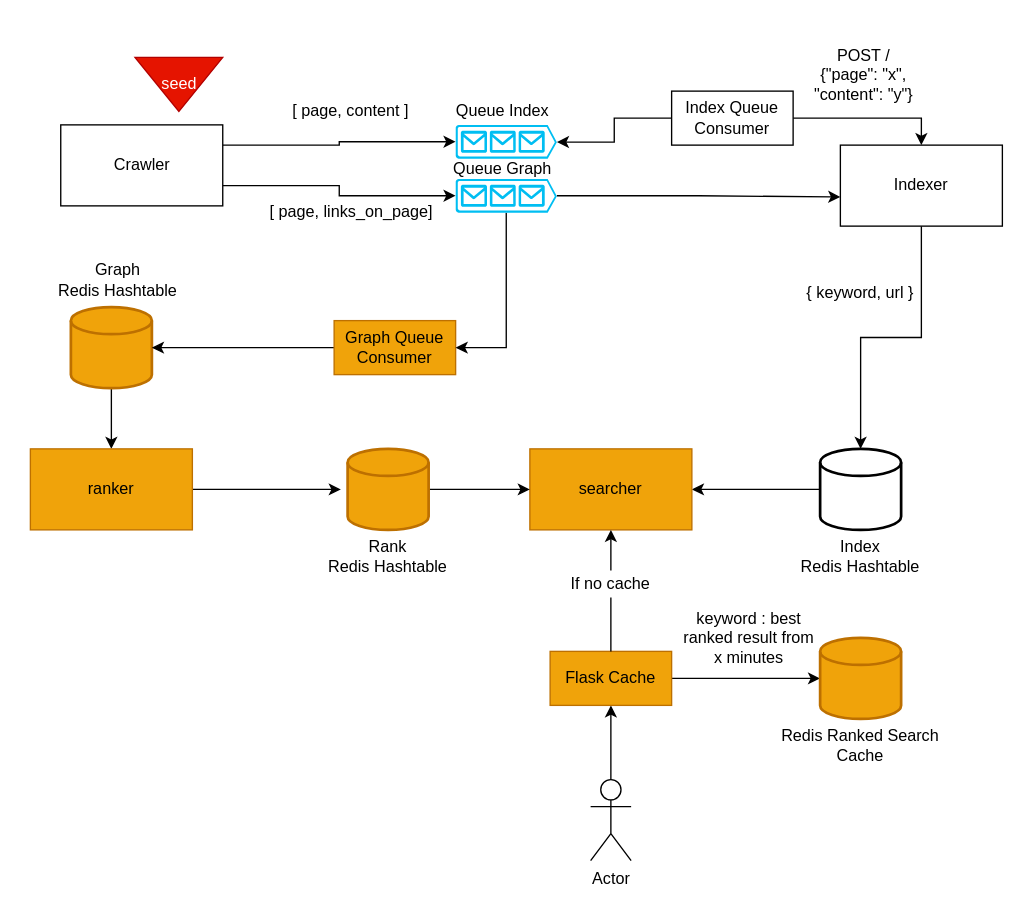
Earlier version of the draw.io diagram search-engine.drawio (lariskovski/search-engine). Source tidied: cells renumbered, new cells numbered last; positions are measured from the earlier drawing's top-left corner, leaving out a move shared by most shapes. Both pictures are drawn from the tidied source at 135%, with x=0, y=0 at pixel (30, 23).
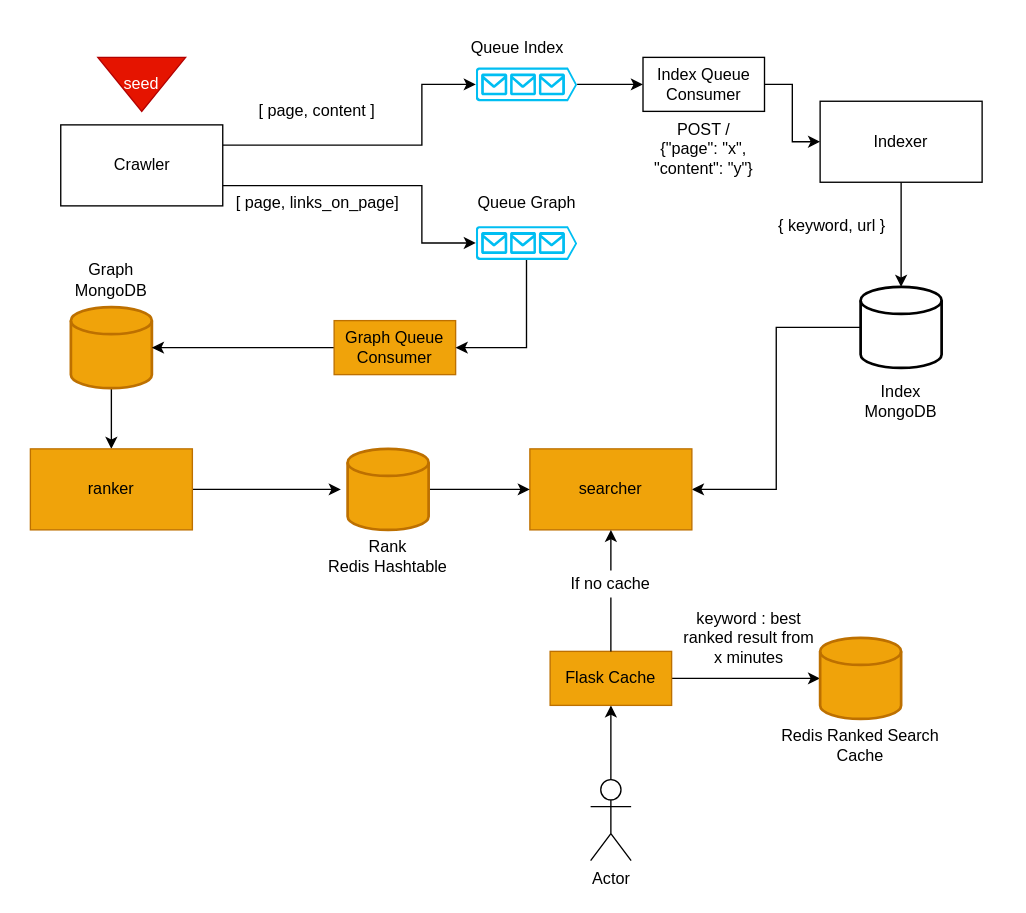
The same page after the edit.

The change refers to these unchanged cells:
```xml
<mxCell id="4" value="Crawler" style="rounded=0;whiteSpace=wrap;html=1;" parent="1" vertex="1">
  <mxGeometry x="22.5" y="75" width="120" height="60" as="geometry" />
</mxCell>
```

What changed in the source:
```diff
@@
     <mxCell id="2" style="edgeStyle=orthogonalEdgeStyle;rounded=0;jettySize=auto;html=1;exitX=1;exitY=0.25;exitDx=0;exitDy=0;entryX=0;entryY=0.5;entryDx=0;entryDy=0;entryPerimeter=0;" parent="1" edge="1" source="4" target="5">
-      <mxGeometry relative="1" as="geometry" />
+      <mxGeometry relative="1" as="geometry">
+        <Array as="points">
+          <mxPoint x="290" y="90" />
+          <mxPoint x="290" y="45" />
+        </Array>
+      </mxGeometry>
     </mxCell>
     <mxCell id="3" style="edgeStyle=orthogonalEdgeStyle;rounded=0;jettySize=auto;html=1;exitX=1;exitY=0.75;exitDx=0;exitDy=0;entryX=0;entryY=0.5;entryDx=0;entryDy=0;entryPerimeter=0;" parent="1" edge="1" source="4" target="44">
-      <mxGeometry relative="1" as="geometry" />
+      <mxGeometry relative="1" as="geometry">
+        <Array as="points">
+          <mxPoint x="290" y="120" />
+          <mxPoint x="290" y="163" />
+        </Array>
+      </mxGeometry>
     </mxCell>
@@
+    <mxCell id="43" style="edgeStyle=orthogonalEdgeStyle;rounded=0;jettySize=auto;html=1;entryX=0;entryY=0.5;entryDx=0;entryDy=0;" parent="1" edge="1" source="5" target="31">
+      <mxGeometry relative="1" as="geometry" />
+    </mxCell>
     <mxCell id="5" style="verticalLabelPosition=bottom;html=1;verticalAlign=top;align=center;strokeColor=none;fillColor=#00BEF2;shape=mxgraph.azure.queue_generic;" parent="1" vertex="1">
-      <mxGeometry x="315" y="75" width="75" height="25" as="geometry" />
+      <mxGeometry x="330" y="32.5" width="75" height="25" as="geometry" />
     </mxCell>
@@
     <mxCell id="8" value="Queue Index" style="text;html=1;strokeColor=none;fillColor=none;align=center;verticalAlign=middle;whiteSpace=wrap;rounded=0;" parent="1" vertex="1">
-      <mxGeometry x="285" y="50" width="130" height="30" as="geometry" />
+      <mxGeometry x="296.2" y="2.5" width="130" height="30" as="geometry" />
     </mxCell>
     <mxCell id="9" value="[ page, content ]" style="text;html=1;strokeColor=none;fillColor=none;align=center;verticalAlign=middle;whiteSpace=wrap;rounded=0;" parent="1" vertex="1">
-      <mxGeometry x="180" y="55" width="115" height="20" as="geometry" />
+      <mxGeometry x="155" y="55" width="115" height="20" as="geometry" />
     </mxCell>
-    <mxCell id="10" value="Graph &lt;br&gt;Redis Hashtable" style="text;html=1;strokeColor=none;fillColor=none;align=center;verticalAlign=middle;whiteSpace=wrap;rounded=0;" parent="1" vertex="1">
-      <mxGeometry y="170" width="130" height="40" as="geometry" />
+    <mxCell id="10" value="Graph&lt;br&gt;MongoDB" style="text;html=1;strokeColor=none;fillColor=none;align=center;verticalAlign=middle;whiteSpace=wrap;rounded=0;" parent="1" vertex="1">
+      <mxGeometry x="-5" y="170" width="130" height="40" as="geometry" />
     </mxCell>
@@
     <mxCell id="12" value="Indexer" style="rounded=0;whiteSpace=wrap;html=1;" parent="1" vertex="1">
-      <mxGeometry x="600" y="90" width="120" height="60" as="geometry" />
+      <mxGeometry x="585" y="57.5" width="120" height="60" as="geometry" />
     </mxCell>
     <mxCell id="13" value="[ page, links_on_page]" style="text;html=1;strokeColor=none;fillColor=none;align=center;verticalAlign=middle;whiteSpace=wrap;rounded=0;" parent="1" vertex="1">
-      <mxGeometry x="167.5" y="130" width="140" height="20" as="geometry" />
+      <mxGeometry x="142.5" y="122.5" width="140" height="20" as="geometry" />
     </mxCell>
@@
     <mxCell id="15" style="strokeWidth=2;html=1;shape=mxgraph.flowchart.database;whiteSpace=wrap;" parent="1" vertex="1">
-      <mxGeometry x="585" y="315" width="60" height="60" as="geometry" />
+      <mxGeometry x="615" y="195" width="60" height="60" as="geometry" />
     </mxCell>
-    <mxCell id="16" value="Index&lt;br&gt;Redis Hashtable" style="text;html=1;strokeColor=none;fillColor=none;align=center;verticalAlign=middle;whiteSpace=wrap;rounded=0;" parent="1" vertex="1">
-      <mxGeometry x="550" y="375" width="130" height="40" as="geometry" />
+    <mxCell id="16" value="Index&lt;br&gt;MongoDB" style="text;html=1;strokeColor=none;fillColor=none;align=center;verticalAlign=middle;whiteSpace=wrap;rounded=0;" parent="1" vertex="1">
+      <mxGeometry x="580" y="260" width="130" height="40" as="geometry" />
     </mxCell>
     <mxCell id="17" value="{ keyword, url }" style="text;html=1;strokeColor=none;fillColor=none;align=center;verticalAlign=middle;whiteSpace=wrap;rounded=0;" parent="1" vertex="1">
-      <mxGeometry x="550" y="190" width="130" height="20" as="geometry" />
+      <mxGeometry x="543.8" y="140" width="100" height="20" as="geometry" />
     </mxCell>
@@
     <mxCell id="21" value="Queue Graph" style="text;html=1;strokeColor=none;fillColor=none;align=center;verticalAlign=middle;whiteSpace=wrap;rounded=0;" parent="1" vertex="1">
-      <mxGeometry x="285" y="90" width="130" height="35" as="geometry" />
+      <mxGeometry x="302.5" y="115" width="130" height="35" as="geometry" />
     </mxCell>
@@
     <mxCell id="23" value="seed" style="triangle;whiteSpace=wrap;html=1;direction=south;fillColor=#e51400;strokeColor=#B20000;fontColor=#ffffff;" parent="1" vertex="1">
-      <mxGeometry x="77.5" y="25" width="65" height="40" as="geometry" />
+      <mxGeometry x="50" y="25" width="65" height="40" as="geometry" />
     </mxCell>
@@
-    <mxCell id="29" style="edgeStyle=orthogonalEdgeStyle;rounded=0;jettySize=auto;html=1;entryX=1;entryY=0.51;entryDx=0;entryDy=0;entryPerimeter=0;" parent="1" edge="1" source="31" target="5">
-      <mxGeometry relative="1" as="geometry" />
-    </mxCell>
-    <mxCell id="30" style="edgeStyle=orthogonalEdgeStyle;rounded=0;jettySize=auto;html=1;entryX=0.5;entryY=0;entryDx=0;entryDy=0;" parent="1" edge="1" source="31" target="12">
+    <mxCell id="30" style="edgeStyle=orthogonalEdgeStyle;rounded=0;jettySize=auto;html=1;entryX=0;entryY=0.5;entryDx=0;entryDy=0;" parent="1" edge="1" source="31" target="12">
       <mxGeometry relative="1" as="geometry" />
     </mxCell>
     <mxCell id="31" value="Index Queue Consumer" style="rounded=0;whiteSpace=wrap;html=1;" parent="1" vertex="1">
-      <mxGeometry x="475" y="50" width="90" height="40" as="geometry" />
+      <mxGeometry x="453.8" y="25" width="90" height="40" as="geometry" />
     </mxCell>
     <mxCell id="32" value="POST /&lt;br&gt;{&quot;page&quot;: &quot;x&quot;,&lt;br&gt;&quot;content&quot;: &quot;y&quot;}" style="text;html=1;strokeColor=none;fillColor=none;align=center;verticalAlign=middle;whiteSpace=wrap;rounded=0;" parent="1" vertex="1">
-      <mxGeometry x="565" width="105" height="75" as="geometry" />
+      <mxGeometry x="440" y="55" width="117.5" height="75" as="geometry" />
     </mxCell>
@@
-    <mxCell id="43" style="edgeStyle=orthogonalEdgeStyle;rounded=0;jettySize=auto;html=1;entryX=0;entryY=0.64;entryDx=0;entryDy=0;entryPerimeter=0;" parent="1" edge="1" source="44" target="12">
-      <mxGeometry relative="1" as="geometry" />
-    </mxCell>
     <mxCell id="44" style="verticalLabelPosition=bottom;html=1;verticalAlign=top;align=center;strokeColor=none;fillColor=#00BEF2;shape=mxgraph.azure.queue_generic;" parent="1" vertex="1">
-      <mxGeometry x="315" y="115" width="75" height="25" as="geometry" />
+      <mxGeometry x="330" y="150" width="75" height="25" as="geometry" />
     </mxCell>
```
